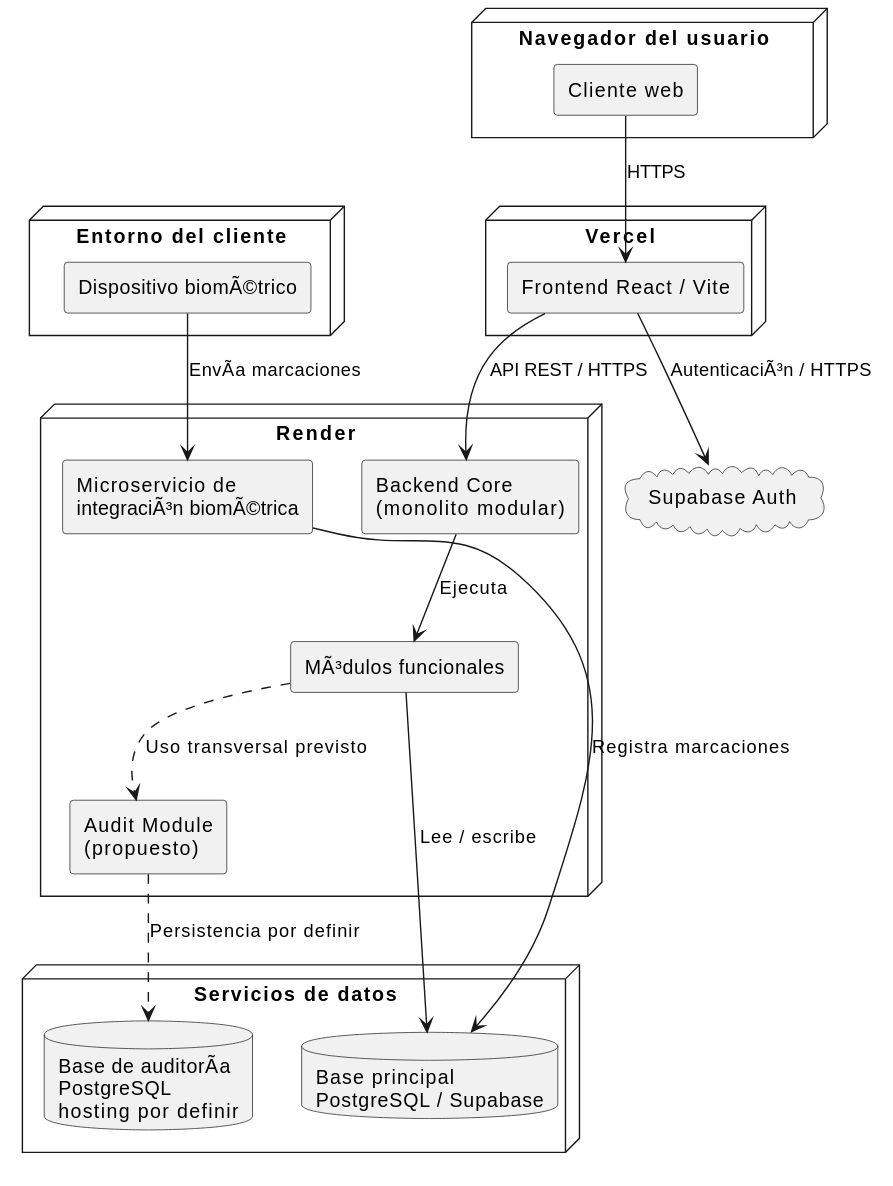
Earlier version of the PlantUML export docs/diagrams/images/deployment.svg (sisgal-platform/sisgal-docs).
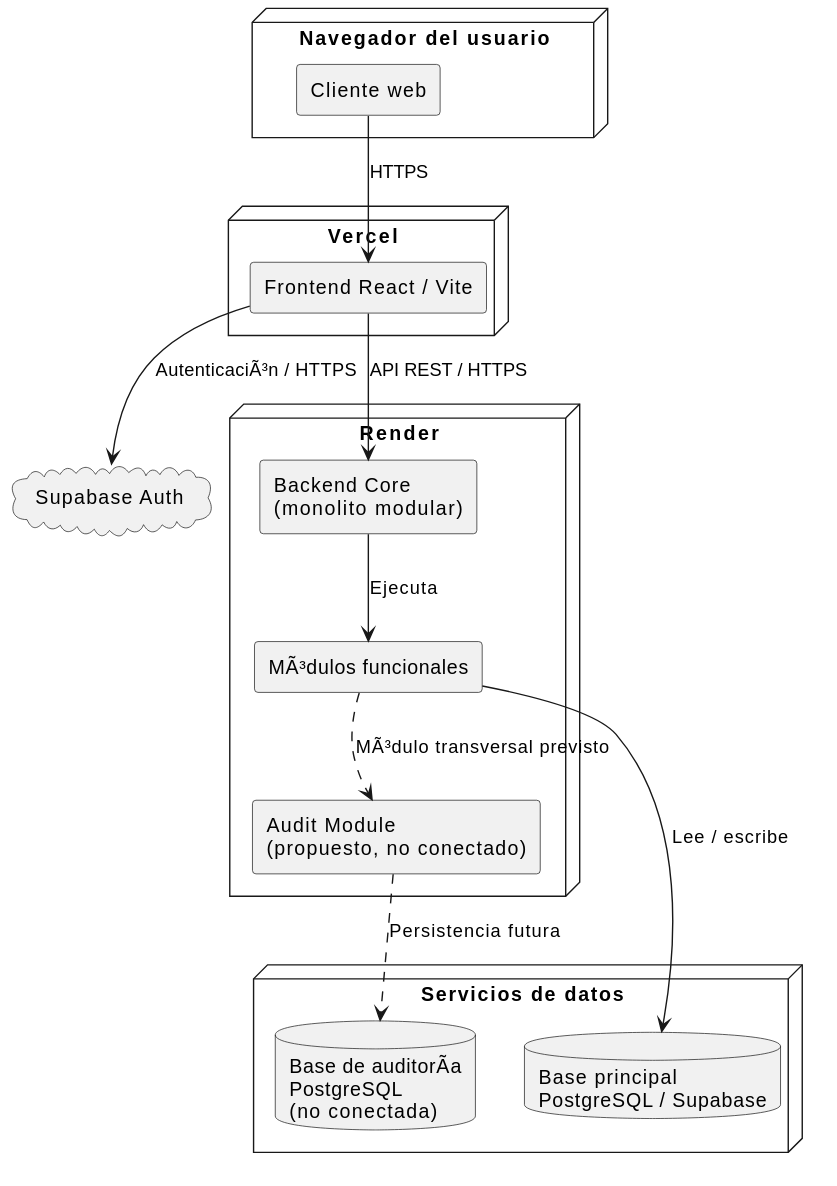
After the change.

Commit message:
docs: regenerate diagrams for current architecture

Diff of the diagram source:
```diff
@@ -12,29 +12,22 @@
 
 node "Render" as render {
     component "Backend Core\n(monolito modular)" as core
-    component "Microservicio de\nintegración biométrica" as integration
     component "Módulos funcionales" as modules
-    component "Audit Module\n(propuesto)" as audit
+    component "Audit Module\n(propuesto, no conectado)" as audit
 }
 
 node "Servicios de datos" as data {
     database "Base principal\nPostgreSQL / Supabase" as primary_db
-    database "Base de auditoría\nPostgreSQL\nhosting por definir" as audit_db
+    database "Base de auditoría\nPostgreSQL\n(no conectada)" as audit_db
 }
 
 cloud "Supabase Auth" as supabase_auth
-
-node "Entorno del cliente" as device {
-    component "Dispositivo biométrico" as biometric
-}
 
 client --> frontend : HTTPS
 frontend --> core : API REST / HTTPS
 frontend --> supabase_auth : Autenticación / HTTPS
 core --> modules : Ejecuta
 modules --> primary_db : Lee / escribe
-biometric --> integration : Envía marcaciones
-integration --> primary_db : Registra marcaciones
-modules ..> audit : Uso transversal previsto
-audit ..> audit_db : Persistencia por definir
+modules ..> audit : Módulo transversal previsto
+audit ..> audit_db : Persistencia futura
 @enduml
```
